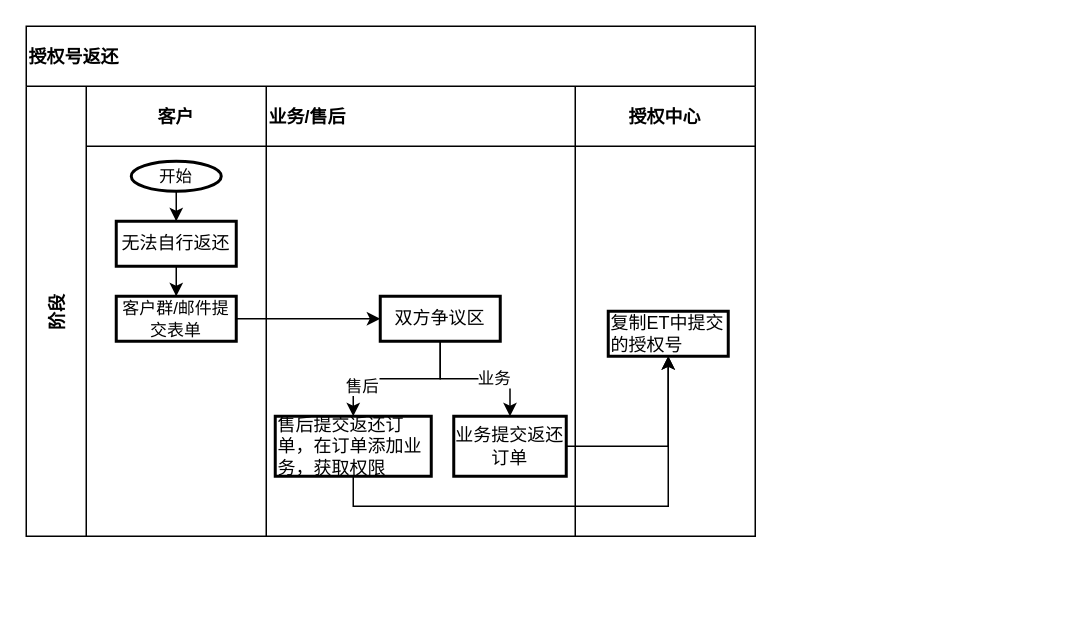
The draw.io diagram 未命名绘图.drawio in JadeLiu13/drawio_files, before the edit. Source tidied: cells renumbered, new cells numbered last; positions are measured from the earlier drawing's top-left corner, leaving out a move shared by most shapes. Both pictures are drawn from the tidied source at 150%, with x=0, y=0 at pixel (26, 26).
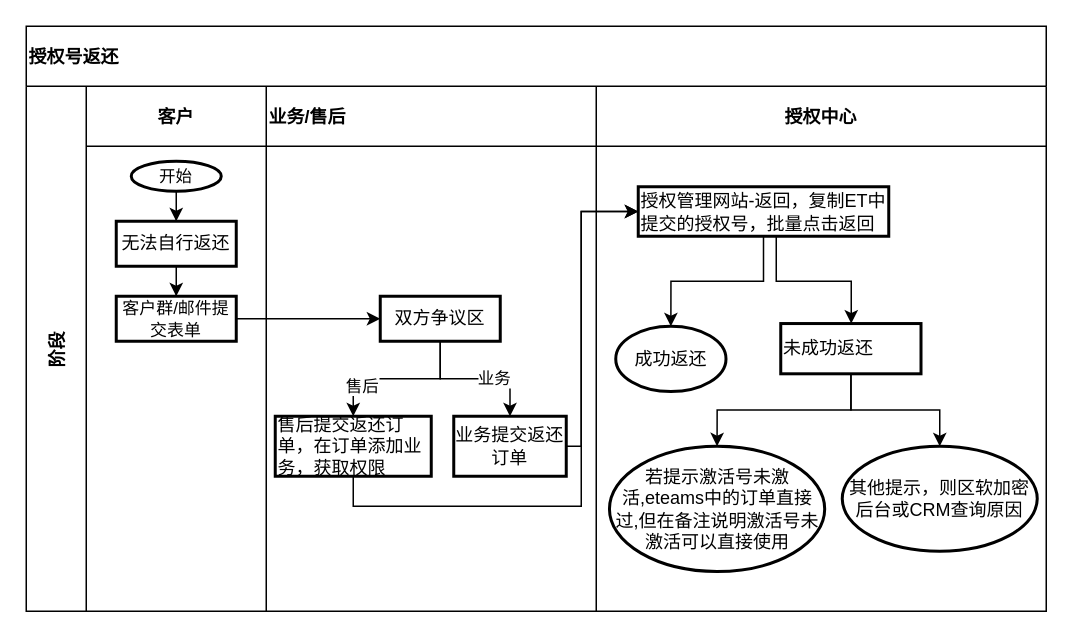
The same page after the edit.

Commit message:
更新返还授权号d.drawio

Unchanged cells that the change refers to:
```xml
<mxCell id="14" value="售后提交返还订单，在订单添加业务，获取权限" style="whiteSpace=wrap;html=1;strokeWidth=2;align=left;" parent="10" vertex="1">
  <mxGeometry x="6" y="220" width="104" height="40" as="geometry" />
</mxCell>
<mxCell id="15" value="业务提交返还订单" style="whiteSpace=wrap;html=1;strokeWidth=2;" parent="10" vertex="1">
  <mxGeometry x="125" y="220" width="75" height="40" as="geometry" />
</mxCell>
```

Diff of the diagram source:
```diff
@@
     <mxCell id="2" value="授权号返还" style="shape=table;childLayout=tableLayout;startSize=40;fontStyle=1;align=left;" parent="1" vertex="1">
-      <mxGeometry width="486" height="340" as="geometry" />
+      <mxGeometry width="680" height="390" as="geometry" />
     </mxCell>
     <mxCell id="3" value="阶段" style="shape=tableRow;horizontal=0;startSize=40;swimlaneHead=0;swimlaneBody=0;top=0;left=0;bottom=0;right=0;fillColor=none;fontStyle=1;" parent="2" vertex="1">
-      <mxGeometry y="40" width="486" height="300" as="geometry" />
+      <mxGeometry y="40" width="680" height="350" as="geometry" />
     </mxCell>
     <mxCell id="4" value="客户" style="swimlane;swimlaneHead=0;swimlaneBody=0;fontStyle=0;fillColor=none;startSize=40;fontStyle=1;" parent="3" vertex="1">
-      <mxGeometry x="40" width="120" height="300" as="geometry" />
+      <mxGeometry x="40" width="120" height="350" as="geometry" />
     </mxCell>
@@
     <mxCell id="10" value="业务/售后" style="swimlane;swimlaneHead=0;swimlaneBody=0;fontStyle=0;fillColor=none;startSize=40;fontStyle=1;align=left;" parent="3" vertex="1">
-      <mxGeometry x="160" width="206" height="300" as="geometry" />
+      <mxGeometry x="160" width="220" height="350" as="geometry" />
     </mxCell>
@@
     <mxCell id="18" value="授权中心" style="swimlane;swimlaneHead=0;swimlaneBody=0;fontStyle=0;fillColor=none;startSize=40;fontStyle=1;" parent="3" vertex="1">
-      <mxGeometry x="366" width="120" height="300" as="geometry" />
+      <mxGeometry x="380" width="300" height="350" as="geometry" />
     </mxCell>
-    <mxCell id="19" value="复制ET中提交的授权号" style="whiteSpace=wrap;html=1;align=left;strokeWidth=2;" parent="18" vertex="1">
-      <mxGeometry x="22" y="150" width="80" height="30" as="geometry" />
+    <mxCell id="19" value="授权管理网站-返回，复制ET中提交的授权号，批量点击返回" style="whiteSpace=wrap;html=1;align=left;strokeWidth=2;" parent="18" vertex="1">
+      <mxGeometry x="28" y="67" width="167" height="33" as="geometry" />
     </mxCell>
+    <mxCell id="23" value="成功返还" style="ellipse;whiteSpace=wrap;html=1;align=center;strokeWidth=2;" parent="18" vertex="1">
+      <mxGeometry x="13" y="160" width="73.5" height="43.5" as="geometry" />
+    </mxCell>
+    <mxCell id="24" style="edgeStyle=orthogonalEdgeStyle;rounded=0;jettySize=auto;html=1;fontSize=11;" parent="18" edge="1" source="19" target="23">
+      <mxGeometry relative="1" as="geometry" />
+    </mxCell>
+    <mxCell id="25" value="&lt;div style=&quot;&quot;&gt;&lt;span style=&quot;background-color: initial;&quot;&gt;若提示激活号未激活&lt;/span&gt;&lt;span style=&quot;background-color: initial;&quot; lang=&quot;EN-US&quot;&gt;,eteams&lt;/span&gt;&lt;span style=&quot;background-color: initial;&quot;&gt;中的订单直接过&lt;/span&gt;&lt;span style=&quot;background-color: initial;&quot; lang=&quot;EN-US&quot;&gt;,&lt;/span&gt;&lt;span style=&quot;background-color: initial;&quot;&gt;但在备注说明激活号未激活可以直接使用&lt;/span&gt;&lt;/div&gt;" style="ellipse;whiteSpace=wrap;html=1;align=center;strokeWidth=2;" parent="18" vertex="1">
+      <mxGeometry x="8.8" y="240" width="143.5" height="83.5" as="geometry" />
+    </mxCell>
+    <mxCell id="26" style="edgeStyle=orthogonalEdgeStyle;rounded=0;jettySize=auto;html=1;fontSize=11;" parent="18" edge="1" source="27" target="25">
+      <mxGeometry relative="1" as="geometry" />
+    </mxCell>
+    <mxCell id="27" value="未成功返还" style="whiteSpace=wrap;html=1;align=left;strokeWidth=2;" parent="18" vertex="1">
+      <mxGeometry x="123" y="158.2" width="93.5" height="33.5" as="geometry" />
+    </mxCell>
+    <mxCell id="28" style="edgeStyle=orthogonalEdgeStyle;rounded=0;jettySize=auto;html=1;fontSize=11;" parent="18" edge="1" target="27">
+      <mxGeometry relative="1" as="geometry">
+        <mxPoint x="120" y="100" as="sourcePoint" />
+        <Array as="points">
+          <mxPoint x="120" y="130" />
+          <mxPoint x="170" y="130" />
+        </Array>
+      </mxGeometry>
+    </mxCell>
+    <mxCell id="29" value="其他提示，则区软加密后台或CRM查询原因" style="ellipse;whiteSpace=wrap;html=1;align=center;strokeWidth=2;" parent="18" vertex="1">
+      <mxGeometry x="164" y="240" width="130" height="70" as="geometry" />
+    </mxCell>
+    <mxCell id="30" style="edgeStyle=orthogonalEdgeStyle;rounded=0;jettySize=auto;html=1;fontSize=11;" parent="18" edge="1" source="27" target="29">
+      <mxGeometry relative="1" as="geometry" />
+    </mxCell>
@@
-    <mxCell id="21" style="edgeStyle=orthogonalEdgeStyle;rounded=0;jettySize=auto;html=1;fontSize=11;exitX=0.5;exitY=1;exitDx=0;exitDy=0;" parent="3" edge="1" source="14" target="19">
-      <mxGeometry relative="1" as="geometry" />
+    <mxCell id="21" style="edgeStyle=orthogonalEdgeStyle;rounded=0;jettySize=auto;html=1;fontSize=11;exitX=0.5;exitY=1;exitDx=0;exitDy=0;entryX=0;entryY=0.5;entryDx=0;entryDy=0;" parent="3" edge="1" source="14" target="19">
+      <mxGeometry relative="1" as="geometry">
+        <Array as="points">
+          <mxPoint x="218" y="280" />
+          <mxPoint x="370" y="280" />
+          <mxPoint x="370" y="84" />
+        </Array>
+      </mxGeometry>
     </mxCell>
-    <mxCell id="22" style="edgeStyle=orthogonalEdgeStyle;rounded=0;jettySize=auto;html=1;exitX=1;exitY=0.5;exitDx=0;exitDy=0;entryX=0.5;entryY=1;entryDx=0;entryDy=0;fontSize=11;" parent="3" edge="1" source="15" target="19">
-      <mxGeometry relative="1" as="geometry" />
+    <mxCell id="22" style="edgeStyle=orthogonalEdgeStyle;rounded=0;jettySize=auto;html=1;exitX=1;exitY=0.5;exitDx=0;exitDy=0;entryX=0;entryY=0.5;entryDx=0;entryDy=0;fontSize=11;" parent="3" edge="1" source="15" target="19">
+      <mxGeometry relative="1" as="geometry">
+        <Array as="points">
+          <mxPoint x="370" y="240" />
+          <mxPoint x="370" y="84" />
+        </Array>
+      </mxGeometry>
     </mxCell>
```
